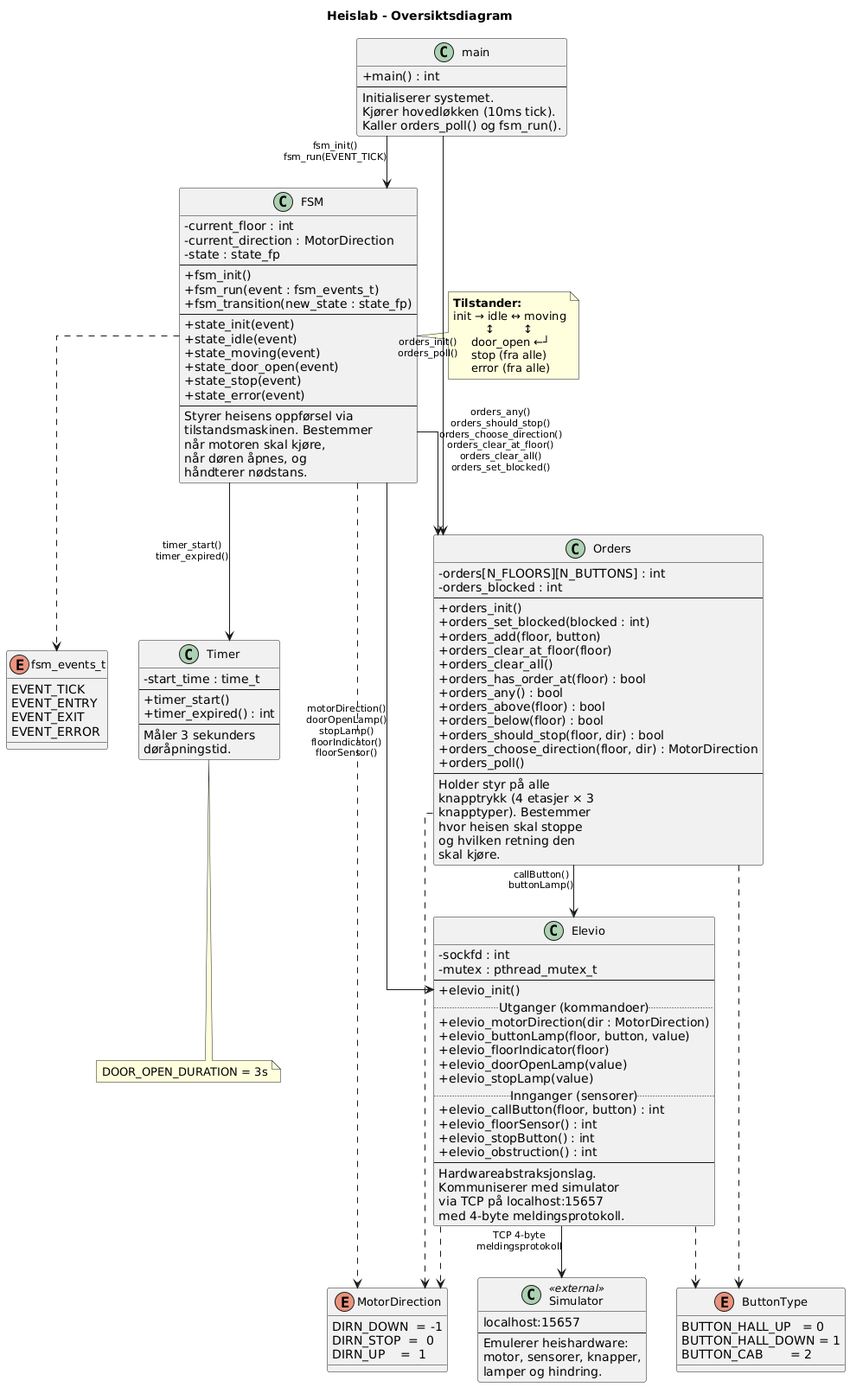
Above: diagrams/class_diagram.png in kristowist/heislab (PlantUML), before the change. The source it was exported from:
```plantuml
@startuml class_diagram
title Heislab - Oversiktsdiagram

skinparam classAttributeIconSize 0
skinparam classFontSize 13
skinparam packageFontSize 14
skinparam ArrowFontSize 11
skinparam linetype ortho

enum MotorDirection {
    DIRN_DOWN  = -1
    DIRN_STOP  =  0
    DIRN_UP    =  1
}

enum ButtonType {
    BUTTON_HALL_UP   = 0
    BUTTON_HALL_DOWN = 1
    BUTTON_CAB       = 2
}

enum fsm_events_t {
    EVENT_TICK
    EVENT_ENTRY
    EVENT_EXIT
    EVENT_ERROR
}

class main {
    + main() : int
    --
    Initialiserer systemet.
    Kjører hovedløkken (10ms tick).
    Kaller orders_poll() og fsm_run().
}

class FSM {
    - current_floor : int
    - current_direction : MotorDirection
    - state : state_fp
    --
    + fsm_init()
    + fsm_run(event : fsm_events_t)
    + fsm_transition(new_state : state_fp)
    --
    + state_init(event)
    + state_idle(event)
    + state_moving(event)
    + state_door_open(event)
    + state_stop(event)
    + state_error(event)
    --
    Styrer heisens oppførsel via\ntilstandsmaskinen. Bestemmer\nnår motoren skal kjøre,\nnår døren åpnes, og\nhåndterer nødstans.
}

note right of FSM
  **Tilstander:**
  init → idle ↔ moving
           ↕        ↕
       door_open ←┘
       stop (fra alle)
       error (fra alle)
end note

class Orders {
    - orders[N_FLOORS][N_BUTTONS] : int
    - orders_blocked : int
    --
    + orders_init()
    + orders_set_blocked(blocked : int)
    + orders_add(floor, button)
    + orders_clear_at_floor(floor)
    + orders_clear_all()
    + orders_has_order_at(floor) : bool
    + orders_any() : bool
    + orders_above(floor) : bool
    + orders_below(floor) : bool
    + orders_should_stop(floor, dir) : bool
    + orders_choose_direction(floor, dir) : MotorDirection
    + orders_poll()
    --
    Holder styr på alle\nknapptrykk (4 etasjer × 3\nknapptyper). Bestemmer\nhvor heisen skal stoppe\nog hvilken retning den\nskal kjøre.
}

class Timer {
    - start_time : time_t
    --
    + timer_start()
    + timer_expired() : int
    --
    Måler 3 sekunders\ndøråpningstid.
}

note bottom of Timer
  DOOR_OPEN_DURATION = 3s
end note

class Elevio {
    - sockfd : int
    - mutex : pthread_mutex_t
    --
    + elevio_init()
    ..Utganger (kommandoer)..
    + elevio_motorDirection(dir : MotorDirection)
    + elevio_buttonLamp(floor, button, value)
    + elevio_floorIndicator(floor)
    + elevio_doorOpenLamp(value)
    + elevio_stopLamp(value)
    ..Innganger (sensorer)..
    + elevio_callButton(floor, button) : int
    + elevio_floorSensor() : int
    + elevio_stopButton() : int
    + elevio_obstruction() : int
    --
    Hardwareabstraksjonslag.\nKommuniserer med simulator\nvia TCP på localhost:15657\nmed 4-byte meldingsprotokoll.
}

class Simulator <<external>> {
    localhost:15657
    --
    Emulerer heishardware:\nmotor, sensorer, knapper,\nlamper og hindring.
}

main --> FSM       : fsm_init()\nfsm_run(EVENT_TICK)
main --> Orders    : orders_init()\norders_poll()

FSM --> Orders     : orders_any()\norders_should_stop()\norders_choose_direction()\norders_clear_at_floor()\norders_clear_all()\norders_set_blocked()
FSM --> Timer      : timer_start()\ntimer_expired()
FSM --> Elevio     : motorDirection()\ndoorOpenLamp()\nstopLamp()\nfloorIndicator()\nfloorSensor()

Orders --> Elevio  : callButton()\nbuttonLamp()

Elevio --> Simulator : TCP 4-byte\nmeldingsprotokoll

FSM ..> MotorDirection
FSM ..> fsm_events_t
Orders ..> ButtonType
Orders ..> MotorDirection
Elevio ..> MotorDirection
Elevio ..> ButtonType

@enduml
```
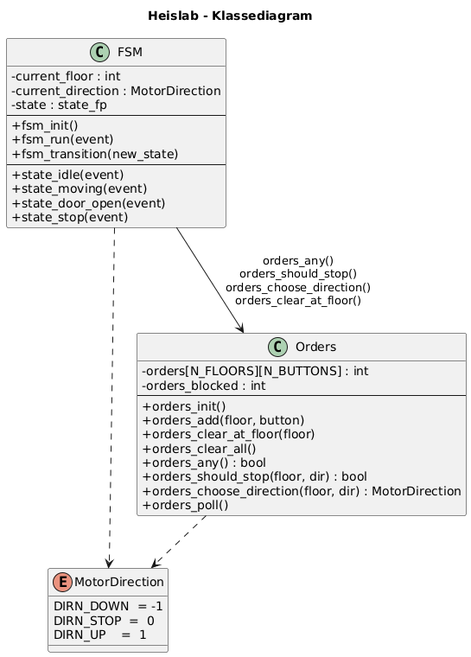
The same diagram one commit later.

Change to the diagram source:
```diff
@@ -1,37 +1,12 @@
 @startuml class_diagram
-title Heislab - Oversiktsdiagram
+title Heislab - Klassediagram
 
 skinparam classAttributeIconSize 0
-skinparam classFontSize 13
-skinparam packageFontSize 14
-skinparam ArrowFontSize 11
-skinparam linetype ortho
 
 enum MotorDirection {
     DIRN_DOWN  = -1
     DIRN_STOP  =  0
     DIRN_UP    =  1
-}
-
-enum ButtonType {
-    BUTTON_HALL_UP   = 0
-    BUTTON_HALL_DOWN = 1
-    BUTTON_CAB       = 2
-}
-
-enum fsm_events_t {
-    EVENT_TICK
-    EVENT_ENTRY
-    EVENT_EXIT
-    EVENT_ERROR
-}
-
-class main {
-    + main() : int
-    --
-    Initialiserer systemet.
-    Kjører hovedløkken (10ms tick).
-    Kaller orders_poll() og fsm_run().
 }
 
 class FSM {
@@ -40,103 +15,31 @@
     - state : state_fp
     --
     + fsm_init()
-    + fsm_run(event : fsm_events_t)
-    + fsm_transition(new_state : state_fp)
+    + fsm_run(event)
+    + fsm_transition(new_state)
     --
-    + state_init(event)
     + state_idle(event)
     + state_moving(event)
     + state_door_open(event)
     + state_stop(event)
-    + state_error(event)
-    --
-    Styrer heisens oppførsel via\ntilstandsmaskinen. Bestemmer\nnår motoren skal kjøre,\nnår døren åpnes, og\nhåndterer nødstans.
 }
-
-note right of FSM
-  **Tilstander:**
-  init → idle ↔ moving
-           ↕        ↕
-       door_open ←┘
-       stop (fra alle)
-       error (fra alle)
-end note
 
 class Orders {
     - orders[N_FLOORS][N_BUTTONS] : int
     - orders_blocked : int
     --
     + orders_init()
-    + orders_set_blocked(blocked : int)
     + orders_add(floor, button)
     + orders_clear_at_floor(floor)
     + orders_clear_all()
-    + orders_has_order_at(floor) : bool
     + orders_any() : bool
-    + orders_above(floor) : bool
-    + orders_below(floor) : bool
     + orders_should_stop(floor, dir) : bool
     + orders_choose_direction(floor, dir) : MotorDirection
     + orders_poll()
-    --
-    Holder styr på alle\nknapptrykk (4 etasjer × 3\nknapptyper). Bestemmer\nhvor heisen skal stoppe\nog hvilken retning den\nskal kjøre.
 }
 
-class Timer {
-    - start_time : time_t
-    --
-    + timer_start()
-    + timer_expired() : int
-    --
-    Måler 3 sekunders\ndøråpningstid.
-}
-
-note bottom of Timer
-  DOOR_OPEN_DURATION = 3s
-end note
-
-class Elevio {
-    - sockfd : int
-    - mutex : pthread_mutex_t
-    --
-    + elevio_init()
-    ..Utganger (kommandoer)..
-    + elevio_motorDirection(dir : MotorDirection)
-    + elevio_buttonLamp(floor, button, value)
-    + elevio_floorIndicator(floor)
-    + elevio_doorOpenLamp(value)
-    + elevio_stopLamp(value)
-    ..Innganger (sensorer)..
-    + elevio_callButton(floor, button) : int
-    + elevio_floorSensor() : int
-    + elevio_stopButton() : int
-    + elevio_obstruction() : int
-    --
-    Hardwareabstraksjonslag.\nKommuniserer med simulator\nvia TCP på localhost:15657\nmed 4-byte meldingsprotokoll.
-}
-
-class Simulator <<external>> {
-    localhost:15657
-    --
-    Emulerer heishardware:\nmotor, sensorer, knapper,\nlamper og hindring.
-}
-
-main --> FSM       : fsm_init()\nfsm_run(EVENT_TICK)
-main --> Orders    : orders_init()\norders_poll()
-
-FSM --> Orders     : orders_any()\norders_should_stop()\norders_choose_direction()\norders_clear_at_floor()\norders_clear_all()\norders_set_blocked()
-FSM --> Timer      : timer_start()\ntimer_expired()
-FSM --> Elevio     : motorDirection()\ndoorOpenLamp()\nstopLamp()\nfloorIndicator()\nfloorSensor()
-
-Orders --> Elevio  : callButton()\nbuttonLamp()
-
-Elevio --> Simulator : TCP 4-byte\nmeldingsprotokoll
-
+FSM --> Orders : orders_any()\norders_should_stop()\norders_choose_direction()\norders_clear_at_floor()
 FSM ..> MotorDirection
-FSM ..> fsm_events_t
-Orders ..> ButtonType
 Orders ..> MotorDirection
-Elevio ..> MotorDirection
-Elevio ..> ButtonType
 
 @enduml
```
